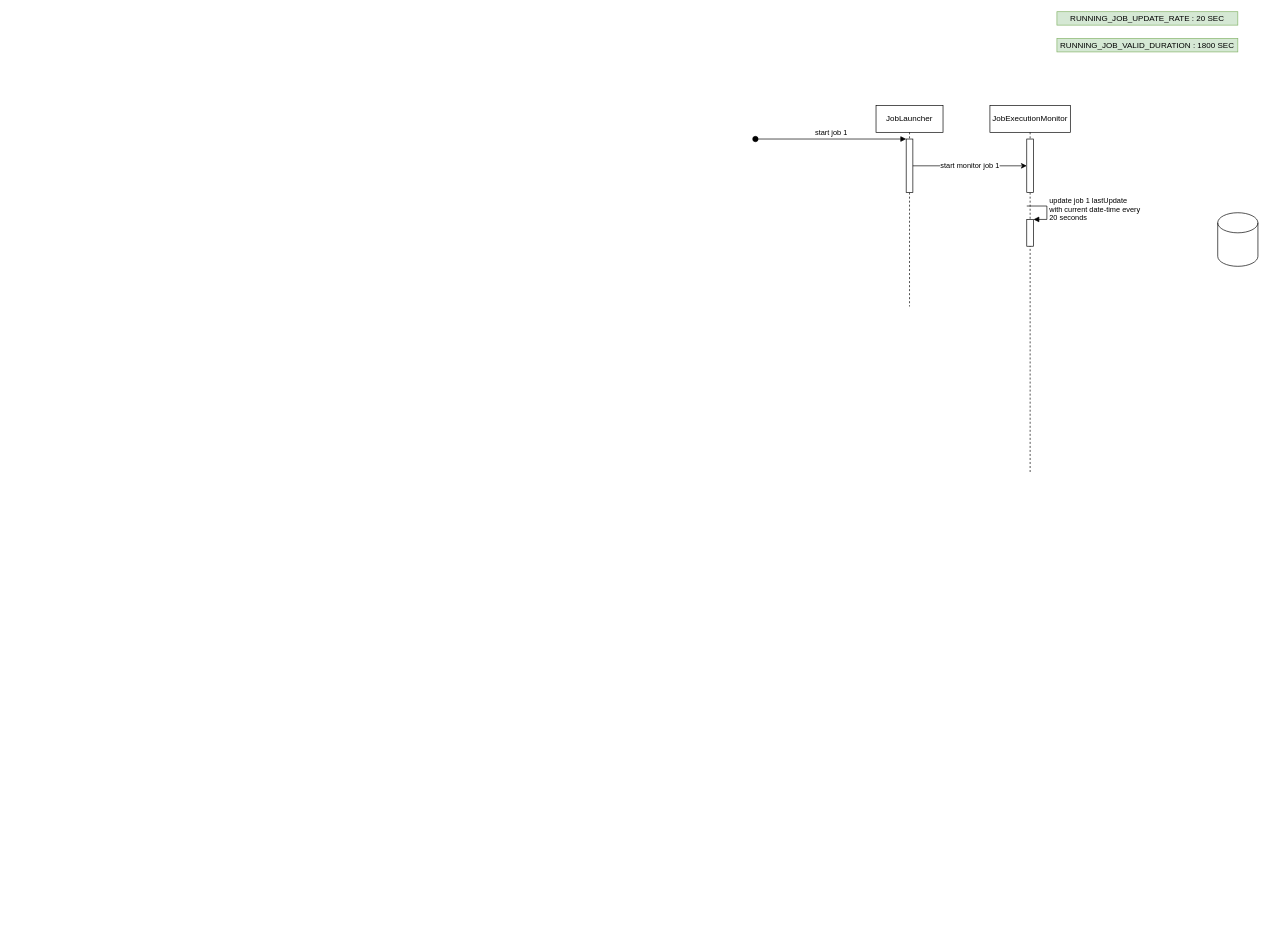
Earlier version of the draw.io diagram page "Page-1" (1 of 2) of CD-job-monitoring.drawio (cjjian/Diagram). Source tidied: cells renumbered, new cells numbered last; positions are measured from the earlier drawing's top-left corner, leaving out a move shared by most shapes. Both pictures are drawn from the tidied source at 67%, with x=0, y=0 at pixel (755, 11).
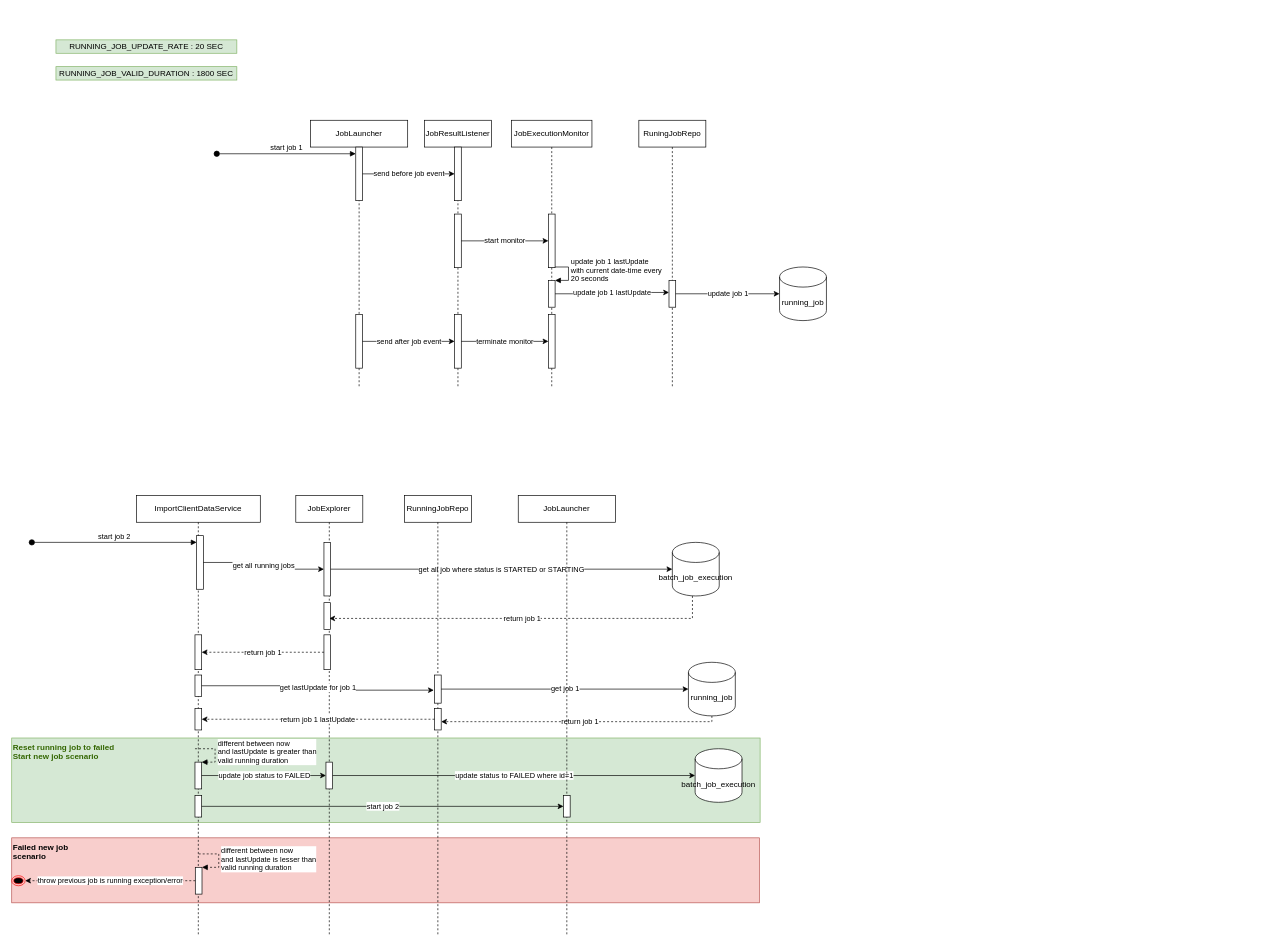
Above is the later version.

What changed in the source:
```diff
@@
+    <mxCell id="13" value="Failed new job&lt;br&gt;scenario" style="rounded=0;whiteSpace=wrap;html=1;fontStyle=1;align=left;verticalAlign=top;fontSize=12;fillColor=#f8cecc;strokeColor=#b85450;" parent="1" vertex="1">
+      <mxGeometry x="-1110" y="1233" width="1116" height="97" as="geometry" />
+    </mxCell>
+    <mxCell id="14" value="Reset running job to failed&lt;br&gt;Start new job scenario" style="rounded=0;whiteSpace=wrap;html=1;fontStyle=1;align=left;verticalAlign=top;fontSize=12;fillColor=#d5e8d4;strokeColor=#82b366;fontColor=#336600;" parent="1" vertex="1">
+      <mxGeometry x="-1110" y="1084" width="1117" height="126" as="geometry" />
+    </mxCell>
     <mxCell id="2" value="RUNNING_JOB_UPDATE_RATE : 20 SEC" style="rounded=0;whiteSpace=wrap;html=1;fillColor=#d5e8d4;strokeColor=#82b366;" parent="1" vertex="1">
-      <mxGeometry x="450" width="270" height="20" as="geometry" />
+      <mxGeometry x="-1044" y="42" width="270" height="20" as="geometry" />
     </mxCell>
     <mxCell id="3" value="RUNNING_JOB_VALID_DURATION : 1800 SEC" style="rounded=0;whiteSpace=wrap;html=1;fillColor=#d5e8d4;strokeColor=#82b366;" parent="1" vertex="1">
-      <mxGeometry x="450" y="40" width="270" height="20" as="geometry" />
+      <mxGeometry x="-1044" y="82" width="270" height="20" as="geometry" />
     </mxCell>
     <mxCell id="4" value="JobLauncher" style="shape=umlLifeline;perimeter=lifelinePerimeter;whiteSpace=wrap;html=1;" parent="1" vertex="1">
-      <mxGeometry x="180" y="140" width="100" height="300" as="geometry" />
+      <mxGeometry x="-664" y="162" width="145" height="400" as="geometry" />
     </mxCell>
     <mxCell id="5" style="html=1;points=[];perimeter=orthogonalPerimeter;" parent="4" vertex="1">
-      <mxGeometry x="45" y="50" width="10" height="80" as="geometry" />
+      <mxGeometry x="67.5" y="40" width="10" height="80" as="geometry" />
     </mxCell>
     <mxCell id="6" value="start job 1" style="html=1;verticalAlign=bottom;startArrow=oval;endArrow=block;startSize=8;rounded=0;" parent="4" edge="1" target="5">
       <mxGeometry relative="1" as="geometry">
-        <mxPoint x="-180" y="50" as="sourcePoint" />
+        <mxPoint x="-140" y="50" as="sourcePoint" />
       </mxGeometry>
     </mxCell>
+    <mxCell id="15" style="html=1;points=[];perimeter=orthogonalPerimeter;" parent="4" vertex="1">
+      <mxGeometry x="67.5" y="290" width="10" height="80" as="geometry" />
+    </mxCell>
     <mxCell id="7" value="JobExecutionMonitor" style="shape=umlLifeline;perimeter=lifelinePerimeter;whiteSpace=wrap;html=1;" parent="1" vertex="1">
-      <mxGeometry x="350" y="140" width="120" height="550" as="geometry" />
+      <mxGeometry x="-364" y="162" width="120" height="400" as="geometry" />
     </mxCell>
-    <mxCell id="8" style="html=1;points=[];perimeter=orthogonalPerimeter;" parent="7" vertex="1">
-      <mxGeometry x="55" y="50" width="10" height="80" as="geometry" />
-    </mxCell>
     <mxCell id="9" style="html=1;points=[];perimeter=orthogonalPerimeter;" parent="7" vertex="1">
-      <mxGeometry x="55" y="170" width="10" height="40" as="geometry" />
+      <mxGeometry x="55" y="239" width="10" height="40" as="geometry" />
     </mxCell>
     <mxCell id="10" value="update job 1 lastUpdate&lt;br&gt;with current date-time every&lt;br&gt;20 seconds" style="edgeStyle=orthogonalEdgeStyle;html=1;align=left;spacingLeft=2;endArrow=block;rounded=0;entryX=1;entryY=0;" parent="7" edge="1" target="9">
       <mxGeometry relative="1" as="geometry">
-        <mxPoint x="55" y="150" as="sourcePoint" />
+        <mxPoint x="55" y="219" as="sourcePoint" />
         <Array as="points">
-          <mxPoint x="85" y="150" />
+          <mxPoint x="85" y="219" />
         </Array>
       </mxGeometry>
     </mxCell>
+    <mxCell id="16" style="html=1;points=[];perimeter=orthogonalPerimeter;" parent="7" vertex="1">
+      <mxGeometry x="55" y="140" width="10" height="80" as="geometry" />
+    </mxCell>
+    <mxCell id="17" style="html=1;points=[];perimeter=orthogonalPerimeter;" parent="7" vertex="1">
+      <mxGeometry x="55" y="290" width="10" height="80" as="geometry" />
+    </mxCell>
-    <mxCell id="11" style="shape=cylinder3;whiteSpace=wrap;html=1;boundedLbl=1;backgroundOutline=1;size=15;" parent="1" vertex="1">
-      <mxGeometry x="690" y="300" width="60" height="80" as="geometry" />
+    <mxCell id="11" value="running_job" style="shape=cylinder3;whiteSpace=wrap;html=1;boundedLbl=1;backgroundOutline=1;size=15;" parent="1" vertex="1">
+      <mxGeometry x="36" y="381" width="70" height="80" as="geometry" />
     </mxCell>
-    <mxCell id="12" value="start monitor job 1" style="edgeStyle=orthogonalEdgeStyle;rounded=0;jettySize=auto;html=1;" parent="1" edge="1" source="5" target="8">
-      <mxGeometry relative="1" as="geometry" />
-    </mxCell>
+    <mxCell id="18" value="JobResultListener" style="shape=umlLifeline;perimeter=lifelinePerimeter;whiteSpace=wrap;html=1;" parent="1" vertex="1">
+      <mxGeometry x="-494" y="162" width="100" height="400" as="geometry" />
+    </mxCell>
+    <mxCell id="19" style="html=1;points=[];perimeter=orthogonalPerimeter;" parent="18" vertex="1">
+      <mxGeometry x="45" y="40" width="10" height="80" as="geometry" />
+    </mxCell>
+    <mxCell id="20" style="html=1;points=[];perimeter=orthogonalPerimeter;" parent="18" vertex="1">
+      <mxGeometry x="45" y="140" width="10" height="80" as="geometry" />
+    </mxCell>
+    <mxCell id="21" style="html=1;points=[];perimeter=orthogonalPerimeter;" parent="18" vertex="1">
+      <mxGeometry x="45" y="290" width="10" height="80" as="geometry" />
+    </mxCell>
+    <mxCell id="22" value="send before job event" style="edgeStyle=orthogonalEdgeStyle;rounded=0;jettySize=auto;html=1;" parent="1" edge="1" source="5" target="19">
+      <mxGeometry relative="1" as="geometry" />
+    </mxCell>
+    <mxCell id="23" value="start monitor" style="edgeStyle=orthogonalEdgeStyle;rounded=0;jettySize=auto;html=1;" parent="1" edge="1" source="20" target="16">
+      <mxGeometry relative="1" as="geometry" />
+    </mxCell>
+    <mxCell id="24" value="update job 1 lastUpdate" style="edgeStyle=orthogonalEdgeStyle;rounded=0;jettySize=auto;html=1;entryX=0;entryY=0.45;entryDx=0;entryDy=0;entryPerimeter=0;" parent="1" edge="1" source="9" target="49">
+      <mxGeometry relative="1" as="geometry" />
+    </mxCell>
+    <mxCell id="25" value="send after job event" style="edgeStyle=orthogonalEdgeStyle;rounded=0;jettySize=auto;html=1;" parent="1" edge="1" source="15" target="21">
+      <mxGeometry relative="1" as="geometry" />
+    </mxCell>
+    <mxCell id="26" value="terminate monitor" style="edgeStyle=orthogonalEdgeStyle;rounded=0;jettySize=auto;html=1;" parent="1" edge="1" source="21" target="17">
+      <mxGeometry relative="1" as="geometry" />
+    </mxCell>
+    <mxCell id="27" value="ImportClientDataService" style="shape=umlLifeline;perimeter=lifelinePerimeter;whiteSpace=wrap;html=1;" parent="1" vertex="1">
+      <mxGeometry x="-924" y="722" width="185" height="658" as="geometry" />
+    </mxCell>
+    <mxCell id="28" style="html=1;points=[];perimeter=orthogonalPerimeter;" parent="27" vertex="1">
+      <mxGeometry x="90" y="60" width="10" height="80" as="geometry" />
+    </mxCell>
+    <mxCell id="29" value="start job 2" style="html=1;verticalAlign=bottom;startArrow=oval;endArrow=block;startSize=8;rounded=0;" parent="27" edge="1" target="28">
+      <mxGeometry relative="1" as="geometry">
+        <mxPoint x="-156" y="70" as="sourcePoint" />
+      </mxGeometry>
+    </mxCell>
+    <mxCell id="30" style="html=1;points=[];perimeter=orthogonalPerimeter;" parent="27" vertex="1">
+      <mxGeometry x="87.5" y="208" width="10" height="52" as="geometry" />
+    </mxCell>
+    <mxCell id="31" style="html=1;points=[];perimeter=orthogonalPerimeter;" parent="27" vertex="1">
+      <mxGeometry x="87.5" y="268" width="10" height="32" as="geometry" />
+    </mxCell>
+    <mxCell id="32" style="html=1;points=[];perimeter=orthogonalPerimeter;" parent="27" vertex="1">
+      <mxGeometry x="87.5" y="318" width="10" height="32" as="geometry" />
+    </mxCell>
+    <mxCell id="33" style="html=1;points=[];perimeter=orthogonalPerimeter;" parent="27" vertex="1">
+      <mxGeometry x="87.5" y="398" width="10" height="40" as="geometry" />
+    </mxCell>
+    <mxCell id="34" value="different between now &lt;br&gt;and lastUpdate is greater than &lt;br&gt;valid running duration" style="edgeStyle=orthogonalEdgeStyle;html=1;align=left;spacingLeft=2;endArrow=block;rounded=0;entryX=1;entryY=0;dashed=1;" parent="27" edge="1" target="33">
+      <mxGeometry relative="1" as="geometry">
+        <mxPoint x="87.5" y="378" as="sourcePoint" />
+        <Array as="points">
+          <mxPoint x="117.5" y="378" />
+        </Array>
+      </mxGeometry>
+    </mxCell>
+    <mxCell id="35" style="html=1;points=[];perimeter=orthogonalPerimeter;" parent="27" vertex="1">
+      <mxGeometry x="88" y="555" width="10" height="40" as="geometry" />
+    </mxCell>
+    <mxCell id="36" value="different between now &lt;br&gt;and lastUpdate is lesser than &lt;br&gt;valid running duration" style="edgeStyle=orthogonalEdgeStyle;html=1;align=left;spacingLeft=2;endArrow=block;rounded=0;entryX=1;entryY=0;dashed=1;" parent="27" edge="1" target="35">
+      <mxGeometry relative="1" as="geometry">
+        <mxPoint x="93" y="535" as="sourcePoint" />
+        <Array as="points">
+          <mxPoint x="123" y="535" />
+        </Array>
+      </mxGeometry>
+    </mxCell>
+    <mxCell id="37" style="html=1;points=[];perimeter=orthogonalPerimeter;" parent="27" vertex="1">
+      <mxGeometry x="87.5" y="448" width="10" height="32" as="geometry" />
+    </mxCell>
+    <mxCell id="38" value="JobExplorer" style="shape=umlLifeline;perimeter=lifelinePerimeter;whiteSpace=wrap;html=1;" parent="1" vertex="1">
+      <mxGeometry x="-686" y="722" width="100" height="658" as="geometry" />
+    </mxCell>
+    <mxCell id="39" style="html=1;points=[];perimeter=orthogonalPerimeter;" parent="38" vertex="1">
+      <mxGeometry x="42" y="70" width="10" height="80" as="geometry" />
+    </mxCell>
+    <mxCell id="40" style="html=1;points=[];perimeter=orthogonalPerimeter;" parent="38" vertex="1">
+      <mxGeometry x="42" y="160" width="10" height="40" as="geometry" />
+    </mxCell>
+    <mxCell id="41" style="html=1;points=[];perimeter=orthogonalPerimeter;" parent="38" vertex="1">
+      <mxGeometry x="42" y="208" width="10" height="52" as="geometry" />
+    </mxCell>
+    <mxCell id="42" style="html=1;points=[];perimeter=orthogonalPerimeter;" parent="38" vertex="1">
+      <mxGeometry x="45" y="398" width="10" height="40" as="geometry" />
+    </mxCell>
+    <mxCell id="43" value="get all running jobs" style="edgeStyle=orthogonalEdgeStyle;rounded=0;jettySize=auto;html=1;" parent="1" edge="1" source="28" target="39">
+      <mxGeometry relative="1" as="geometry" />
+    </mxCell>
+    <mxCell id="44" value="return job 1" style="edgeStyle=orthogonalEdgeStyle;rounded=0;jettySize=auto;html=1;entryX=0.8;entryY=0.588;entryDx=0;entryDy=0;entryPerimeter=0;dashed=1;" parent="1" edge="1" source="45" target="40">
+      <mxGeometry relative="1" as="geometry">
+        <Array as="points">
+          <mxPoint x="-94" y="906" />
+        </Array>
+      </mxGeometry>
+    </mxCell>
+    <mxCell id="45" value="batch_job_execution" style="shape=cylinder3;whiteSpace=wrap;html=1;boundedLbl=1;backgroundOutline=1;size=15;" parent="1" vertex="1">
+      <mxGeometry x="-124" y="792" width="70" height="80" as="geometry" />
+    </mxCell>
+    <mxCell id="46" value="get all job where status is STARTED or STARTING" style="edgeStyle=orthogonalEdgeStyle;rounded=0;jettySize=auto;html=1;" parent="1" edge="1" source="39" target="45">
+      <mxGeometry relative="1" as="geometry" />
+    </mxCell>
+    <mxCell id="47" value="return job 1" style="edgeStyle=orthogonalEdgeStyle;rounded=0;jettySize=auto;html=1;dashed=1;" parent="1" edge="1" source="41" target="30">
+      <mxGeometry relative="1" as="geometry" />
+    </mxCell>
+    <mxCell id="48" value="RuningJobRepo" style="shape=umlLifeline;perimeter=lifelinePerimeter;whiteSpace=wrap;html=1;" parent="1" vertex="1">
+      <mxGeometry x="-174" y="162" width="100" height="400" as="geometry" />
+    </mxCell>
+    <mxCell id="49" style="html=1;points=[];perimeter=orthogonalPerimeter;" parent="48" vertex="1">
+      <mxGeometry x="45" y="239" width="10" height="40" as="geometry" />
+    </mxCell>
+    <mxCell id="50" value="update job 1" style="edgeStyle=orthogonalEdgeStyle;rounded=0;jettySize=auto;html=1;" parent="1" edge="1" source="49" target="11">
+      <mxGeometry relative="1" as="geometry" />
+    </mxCell>
+    <mxCell id="51" value="RunningJobRepo" style="shape=umlLifeline;perimeter=lifelinePerimeter;whiteSpace=wrap;html=1;" parent="1" vertex="1">
+      <mxGeometry x="-524" y="722" width="100" height="658" as="geometry" />
+    </mxCell>
+    <mxCell id="52" style="html=1;points=[];perimeter=orthogonalPerimeter;" parent="51" vertex="1">
+      <mxGeometry x="45" y="268" width="10" height="42" as="geometry" />
+    </mxCell>
+    <mxCell id="53" style="html=1;points=[];perimeter=orthogonalPerimeter;" parent="51" vertex="1">
+      <mxGeometry x="45" y="318" width="10" height="32" as="geometry" />
+    </mxCell>
+    <mxCell id="54" value="get lastUpdate for job 1" style="edgeStyle=orthogonalEdgeStyle;rounded=0;jettySize=auto;html=1;entryX=-0.1;entryY=0.538;entryDx=0;entryDy=0;entryPerimeter=0;" parent="1" edge="1" source="31" target="52">
+      <mxGeometry relative="1" as="geometry" />
+    </mxCell>
+    <mxCell id="55" value="return job 1" style="edgeStyle=orthogonalEdgeStyle;rounded=0;jettySize=auto;html=1;entryX=1;entryY=0.613;entryDx=0;entryDy=0;entryPerimeter=0;dashed=1;" parent="1" edge="1" source="56" target="53">
+      <mxGeometry relative="1" as="geometry">
+        <Array as="points">
+          <mxPoint x="-65" y="1060" />
+        </Array>
+      </mxGeometry>
+    </mxCell>
+    <mxCell id="56" value="running_job" style="shape=cylinder3;whiteSpace=wrap;html=1;boundedLbl=1;backgroundOutline=1;size=15;" parent="1" vertex="1">
+      <mxGeometry x="-100" y="971" width="70" height="80" as="geometry" />
+    </mxCell>
+    <mxCell id="57" value="get job 1" style="edgeStyle=orthogonalEdgeStyle;rounded=0;jettySize=auto;html=1;entryX=0;entryY=0.5;entryDx=0;entryDy=0;entryPerimeter=0;" parent="1" edge="1" source="52" target="56">
+      <mxGeometry relative="1" as="geometry" />
+    </mxCell>
+    <mxCell id="58" value="return job 1 lastUpdate" style="edgeStyle=orthogonalEdgeStyle;rounded=0;jettySize=auto;html=1;dashed=1;" parent="1" edge="1" source="53" target="32">
+      <mxGeometry relative="1" as="geometry" />
+    </mxCell>
+    <mxCell id="59" value="update job status to FAILED" style="edgeStyle=orthogonalEdgeStyle;rounded=0;jettySize=auto;html=1;" parent="1" edge="1" source="33" target="42">
+      <mxGeometry relative="1" as="geometry" />
+    </mxCell>
+    <mxCell id="60" value="batch_job_execution" style="shape=cylinder3;whiteSpace=wrap;html=1;boundedLbl=1;backgroundOutline=1;size=15;" parent="1" vertex="1">
+      <mxGeometry x="-90" y="1100" width="70" height="80" as="geometry" />
+    </mxCell>
+    <mxCell id="61" value="update status to FAILED where id=1" style="edgeStyle=orthogonalEdgeStyle;rounded=0;jettySize=auto;html=1;" parent="1" edge="1" source="42" target="60">
+      <mxGeometry relative="1" as="geometry" />
+    </mxCell>
+    <mxCell id="62" value="JobLauncher" style="shape=umlLifeline;perimeter=lifelinePerimeter;whiteSpace=wrap;html=1;" parent="1" vertex="1">
+      <mxGeometry x="-354" y="722" width="145" height="658" as="geometry" />
+    </mxCell>
+    <mxCell id="63" style="html=1;points=[];perimeter=orthogonalPerimeter;" parent="62" vertex="1">
+      <mxGeometry x="67.5" y="448" width="10" height="32" as="geometry" />
+    </mxCell>
+    <mxCell id="64" value="start job 2" style="edgeStyle=orthogonalEdgeStyle;rounded=0;jettySize=auto;html=1;" parent="1" edge="1" source="37" target="63">
+      <mxGeometry relative="1" as="geometry" />
+    </mxCell>
+    <mxCell id="65" style="ellipse;html=1;shape=endState;fillColor=#000000;strokeColor=#ff0000;" parent="1" vertex="1">
+      <mxGeometry x="-1110" y="1289.5" width="20" height="15" as="geometry" />
+    </mxCell>
+    <mxCell id="66" value="throw previous job is running exception/error" style="edgeStyle=orthogonalEdgeStyle;rounded=0;jettySize=auto;html=1;entryX=1;entryY=0.5;entryDx=0;entryDy=0;dashed=1;" parent="1" edge="1" source="35" target="65">
+      <mxGeometry relative="1" as="geometry" />
+    </mxCell>
```
